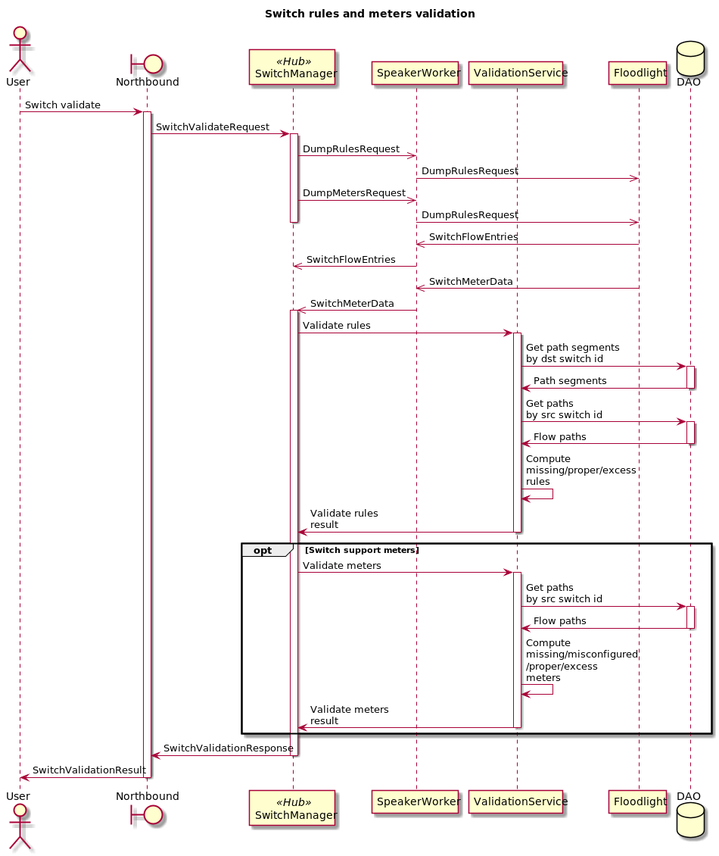
telstra/open-kilda keeps this PlantUML diagram as docs/design/hub-and-spoke/switch-validate/h&s-switch-validate.png. Above is the earlier version.
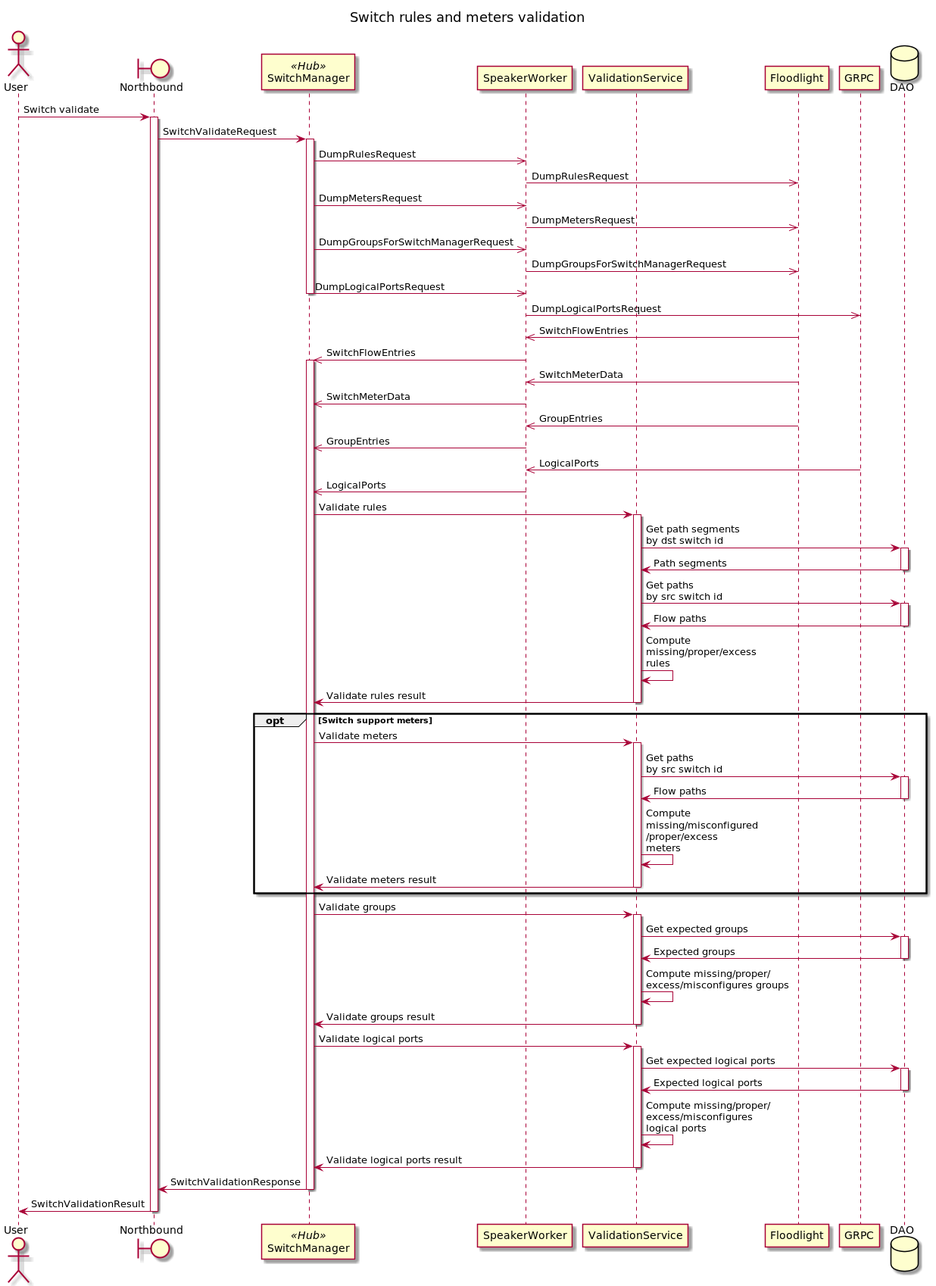
After the commit.

Change to the diagram source:
```diff
@@ -7,6 +7,7 @@
 participant SpeakerWorker
 participant ValidationService
 participant Floodlight as FL
+participant GRPC
 database DAO
 
 User -> NB : Switch validate
@@ -19,15 +20,25 @@
 SpeakerWorker ->> FL : DumpRulesRequest
 
 SwitchManager ->> SpeakerWorker : DumpMetersRequest
-SpeakerWorker ->> FL : DumpRulesRequest
+SpeakerWorker ->> FL : DumpMetersRequest
+
+SwitchManager ->> SpeakerWorker : DumpGroupsForSwitchManagerRequest
+SpeakerWorker ->> FL : DumpGroupsForSwitchManagerRequest
+
+SwitchManager ->> SpeakerWorker : DumpLogicalPortsRequest
 deactivate SwitchManager
+SpeakerWorker ->> GRPC : DumpLogicalPortsRequest
 
 FL ->> SpeakerWorker : SwitchFlowEntries
 SpeakerWorker ->> SwitchManager : SwitchFlowEntries
+activate SwitchManager
 FL ->> SpeakerWorker : SwitchMeterData
 SpeakerWorker ->> SwitchManager : SwitchMeterData
+FL ->> SpeakerWorker : GroupEntries
+SpeakerWorker ->> SwitchManager : GroupEntries
+GRPC ->> SpeakerWorker : LogicalPorts
+SpeakerWorker ->> SwitchManager : LogicalPorts
 
-activate SwitchManager
 SwitchManager -> ValidationService : Validate rules
 activate ValidationService
 ValidationService -> DAO : Get path segments\nby dst switch id
@@ -40,7 +51,7 @@
 deactivate DAO
 ValidationService -> ValidationService : Compute\nmissing/proper/excess\nrules
 
-ValidationService -> SwitchManager : Validate rules\nresult
+ValidationService -> SwitchManager : Validate rules result
 deactivate ValidationService
 
 opt Switch support meters
@@ -53,9 +64,29 @@
     deactivate DAO
     ValidationService -> ValidationService : Compute\nmissing/misconfigured\n/proper/excess\nmeters
 
-    ValidationService -> SwitchManager : Validate meters\nresult
+    ValidationService -> SwitchManager : Validate meters result
     deactivate ValidationService
 end
+
+SwitchManager -> ValidationService : Validate groups
+activate ValidationService
+ValidationService -> DAO : Get expected groups
+activate DAO
+DAO -> ValidationService : Expected groups
+deactivate DAO
+ValidationService -> ValidationService : Compute missing/proper/\nexcess/misconfigures groups
+ValidationService -> SwitchManager : Validate groups result
+deactivate ValidationService
+
+SwitchManager -> ValidationService : Validate logical ports
+activate ValidationService
+ValidationService -> DAO : Get expected logical ports
+activate DAO
+DAO -> ValidationService : Expected logical ports
+deactivate DAO
+ValidationService -> ValidationService : Compute missing/proper/\nexcess/misconfigures\nlogical ports
+ValidationService -> SwitchManager : Validate logical ports result
+deactivate ValidationService
 
 SwitchManager -> NB : SwitchValidationResponse
 deactivate SwitchManager
```
